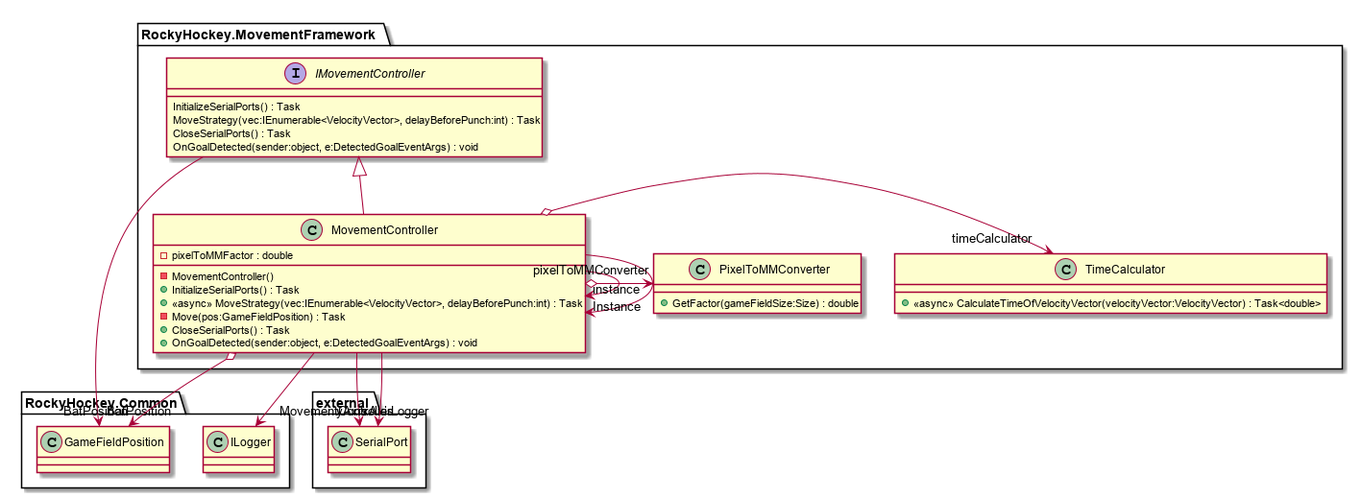
Before: diagrams/RockyHockey.MovementFramework.png, a diagram exported from PlantUML (R-Studios/Rocky-Hockey-IV).
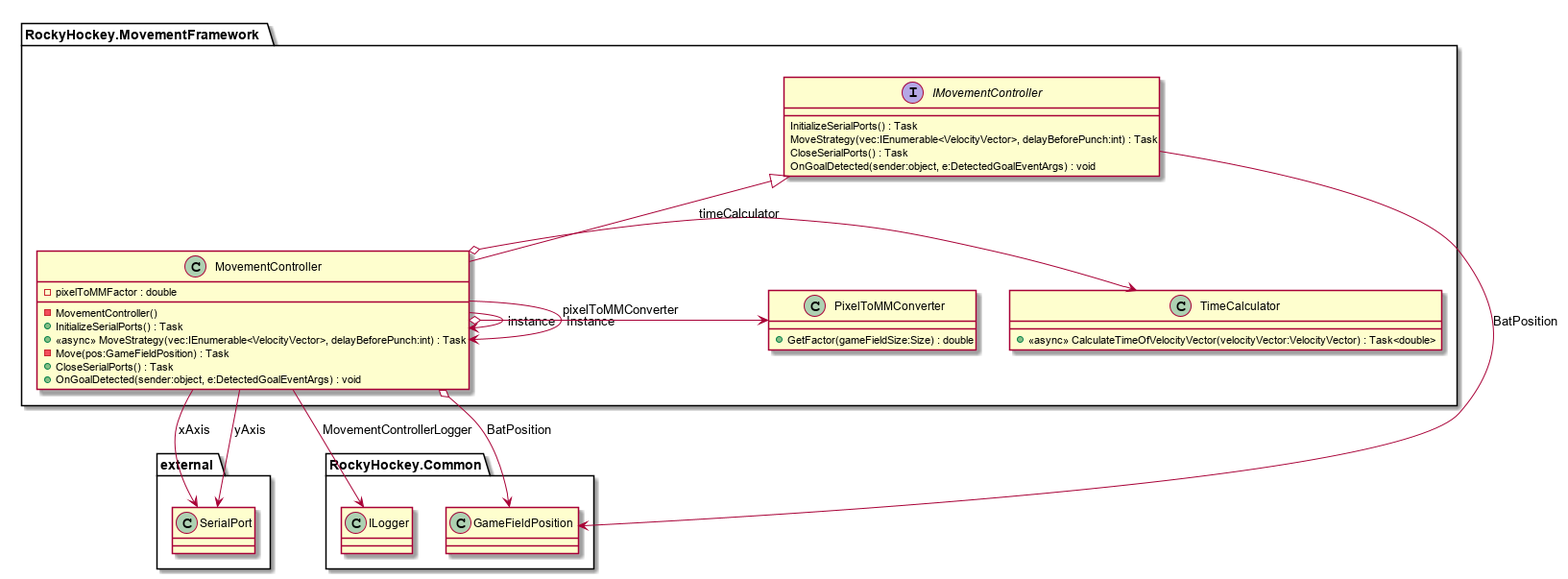
Above is the later version.

What changed in the source:
```diff
@@ -6,7 +6,7 @@
 	    CloseSerialPorts() : Task
 	    OnGoalDetected(sender:object, e:DetectedGoalEventArgs) : void
 	}
-	IMovementController --> "BatPosition" RockyHockey.Common.GameFieldPosition
+	IMovementController --> RockyHockey.Common.GameFieldPosition : BatPosition
 }
 namespace RockyHockey.MovementFramework {
 	class MovementController {
@@ -19,14 +19,14 @@
 	    + OnGoalDetected(sender:object, e:DetectedGoalEventArgs) : void
 	}
 	RockyHockey.MovementFramework.IMovementController <|-- MovementController
-	MovementController --> "instance" MovementController
-	MovementController --> "xAxis" external.SerialPort
-	MovementController --> "yAxis" external.SerialPort
-	MovementController o-> "timeCalculator" RockyHockey.MovementFramework.TimeCalculator
-	MovementController o-> "pixelToMMConverter" RockyHockey.MovementFramework.PixelToMMConverter
-	MovementController --> "Instance" MovementController
-	MovementController o-> "BatPosition" RockyHockey.Common.GameFieldPosition
-	MovementController --> "MovementControllerLogger" RockyHockey.Common.ILogger
+	MovementController --> MovementController : instance
+	MovementController --> external.SerialPort : xAxis
+	MovementController --> external.SerialPort : yAxis
+	MovementController o-> RockyHockey.MovementFramework.TimeCalculator : timeCalculator
+	MovementController o-> RockyHockey.MovementFramework.PixelToMMConverter : pixelToMMConverter
+	MovementController --> MovementController : Instance
+	MovementController o-> RockyHockey.Common.GameFieldPosition : BatPosition
+	MovementController --> RockyHockey.Common.ILogger : MovementControllerLogger
 }
 namespace RockyHockey.MovementFramework {
 	class PixelToMMConverter {
```
